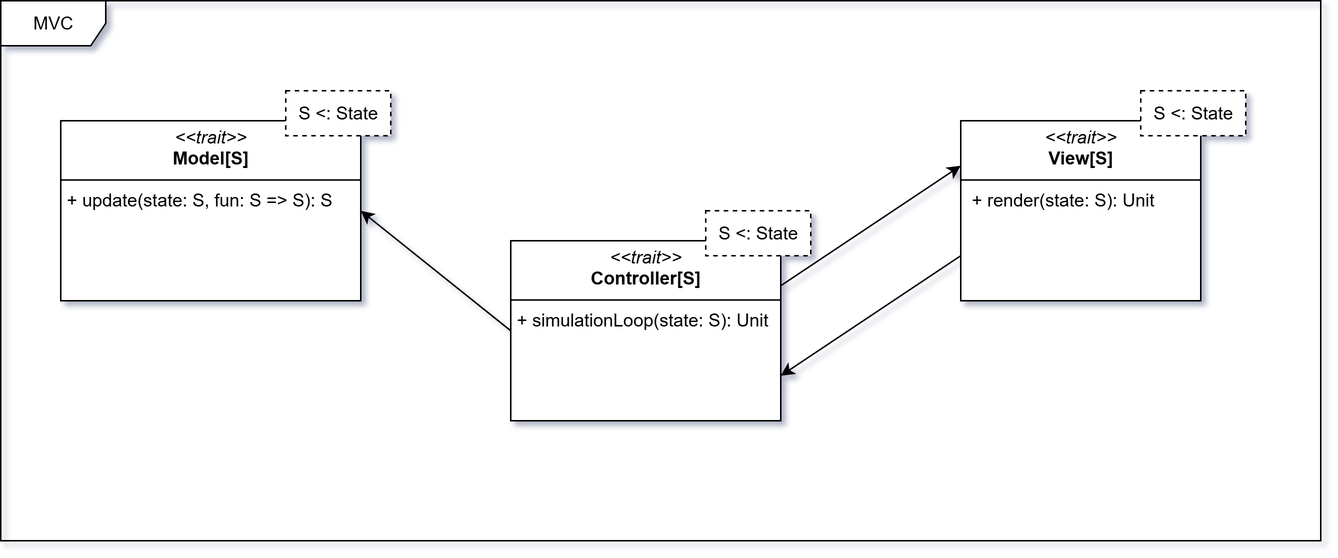
Earlier version of the draw.io export docs/static/img/03-architectural-design/mvc.png (Scala-Robotics-Simulator/PPS-22-srs). Source tidied: cells renumbered, new cells last; positions are measured from the earlier drawing's top-left corner, leaving out a move shared by most shapes.
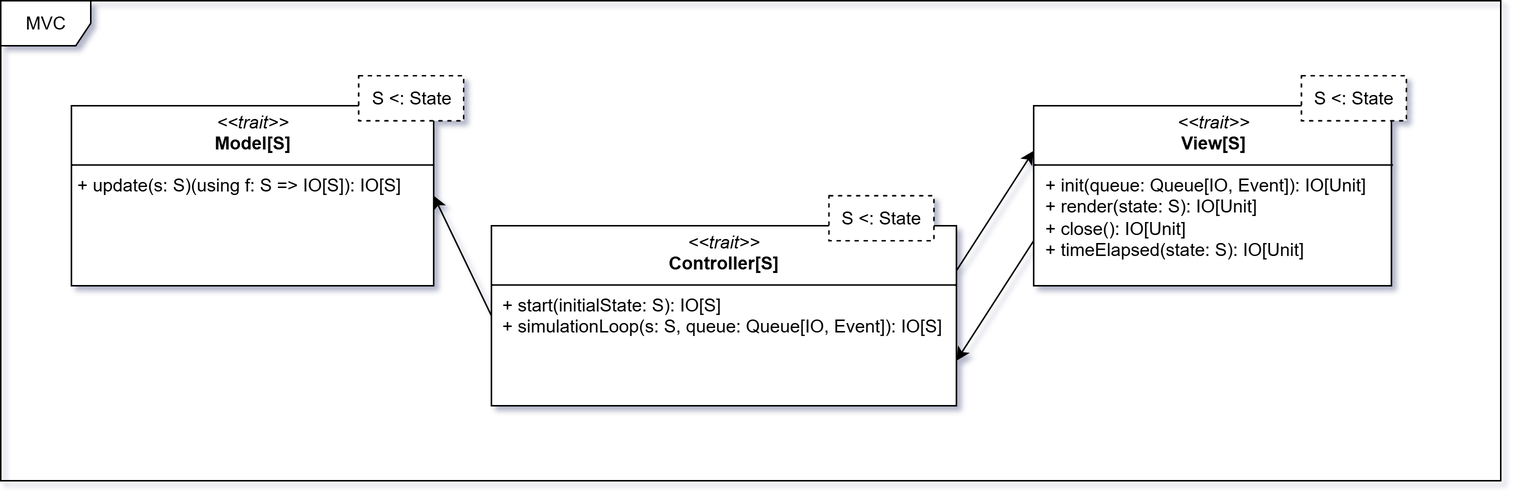
Later version of the same file.

Change to the diagram source:
```diff
@@ -2,35 +2,35 @@
   <root>
     <mxCell id="0" />
     <mxCell id="1" parent="0" />
-    <mxCell id="2" value="MVC" style="shape=umlFrame;whiteSpace=wrap;html=1;width=70;height=30;" parent="1" vertex="1">
-      <mxGeometry width="880" height="360" as="geometry" />
+    <mxCell id="2" style="rounded=0;jettySize=auto;html=1;entryX=1;entryY=0.5;entryDx=0;entryDy=0;exitX=0;exitY=0.5;exitDx=0;exitDy=0;" parent="1" edge="1" source="4" target="7">
+      <mxGeometry relative="1" as="geometry" />
     </mxCell>
-    <mxCell id="3" style="rounded=0;jettySize=auto;html=1;entryX=1;entryY=0.5;entryDx=0;entryDy=0;exitX=0;exitY=0.5;exitDx=0;exitDy=0;" parent="1" edge="1" source="5" target="8">
+    <mxCell id="3" style="rounded=0;jettySize=auto;html=1;entryX=0;entryY=0.25;entryDx=0;entryDy=0;exitX=1;exitY=0.25;exitDx=0;exitDy=0;" parent="1" edge="1" source="4" target="6">
       <mxGeometry relative="1" as="geometry" />
     </mxCell>
-    <mxCell id="4" style="rounded=0;jettySize=auto;html=1;entryX=0;entryY=0.25;entryDx=0;entryDy=0;exitX=1;exitY=0.25;exitDx=0;exitDy=0;" parent="1" edge="1" source="5" target="7">
-      <mxGeometry relative="1" as="geometry" />
+    <mxCell id="4" value="&lt;p style=&quot;margin:0px;margin-top:4px;text-align:center;&quot;&gt;&lt;i&gt;&amp;lt;&amp;lt;trait&amp;gt;&amp;gt;&lt;/i&gt;&lt;br&gt;&lt;b&gt;Controller[S]&lt;/b&gt;&lt;/p&gt;&lt;hr size=&quot;1&quot; style=&quot;border-style:solid;&quot;&gt;&lt;p style=&quot;margin:0px;margin-left:4px;&quot;&gt;&lt;span style=&quot;background-color: transparent; color: light-dark(rgb(0, 0, 0), rgb(255, 255, 255));&quot;&gt;&amp;nbsp;+&amp;nbsp;&lt;/span&gt;&lt;span style=&quot;background-color: transparent;&quot;&gt;start(initialState: S): IO[S]&lt;/span&gt;&lt;/p&gt;&lt;p style=&quot;margin:0px;margin-left:4px;&quot;&gt;&lt;span style=&quot;background-color: transparent; color: light-dark(rgb(0, 0, 0), rgb(255, 255, 255));&quot;&gt;&amp;nbsp;+&amp;nbsp;&lt;/span&gt;&lt;span style=&quot;background-color: transparent;&quot;&gt;simulationLoop(s: S, queue: Queue[IO, Event]): IO[S]&lt;/span&gt;&lt;/p&gt;" style="verticalAlign=top;align=left;overflow=fill;html=1;whiteSpace=wrap;" parent="1" vertex="1">
+      <mxGeometry x="7.1" y="4430" width="310" height="120" as="geometry" />
     </mxCell>
-    <mxCell id="5" value="&lt;p style=&quot;margin:0px;margin-top:4px;text-align:center;&quot;&gt;&lt;i&gt;&amp;lt;&amp;lt;trait&amp;gt;&amp;gt;&lt;/i&gt;&lt;br&gt;&lt;b&gt;Controller[S]&lt;/b&gt;&lt;/p&gt;&lt;hr size=&quot;1&quot; style=&quot;border-style:solid;&quot;&gt;&lt;p style=&quot;margin:0px;margin-left:4px;&quot;&gt;&lt;span style=&quot;background-color: transparent; color: light-dark(rgb(0, 0, 0), rgb(255, 255, 255));&quot;&gt;+ simulationLoop(state: S): Unit&lt;/span&gt;&lt;/p&gt;" style="verticalAlign=top;align=left;overflow=fill;html=1;whiteSpace=wrap;" parent="1" vertex="1">
-      <mxGeometry x="340" y="160" width="180" height="120" as="geometry" />
+    <mxCell id="5" style="rounded=0;jettySize=auto;html=1;entryX=1;entryY=0.75;entryDx=0;entryDy=0;exitX=0;exitY=0.75;exitDx=0;exitDy=0;" parent="1" edge="1" source="6" target="4">
+      <mxGeometry relative="1" as="geometry" />
     </mxCell>
-    <mxCell id="6" style="rounded=0;jettySize=auto;html=1;entryX=1;entryY=0.75;entryDx=0;entryDy=0;exitX=0;exitY=0.75;exitDx=0;exitDy=0;" parent="1" edge="1" source="7" target="5">
-      <mxGeometry relative="1" as="geometry" />
+    <mxCell id="6" value="&lt;p style=&quot;margin:0px;margin-top:4px;text-align:center;&quot;&gt;&lt;i&gt;&amp;lt;&amp;lt;trait&amp;gt;&amp;gt;&lt;/i&gt;&lt;br&gt;&lt;b&gt;View[S]&lt;/b&gt;&lt;/p&gt;&lt;hr size=&quot;1&quot; style=&quot;border-style:solid;&quot;&gt;&lt;p style=&quot;margin:0px;margin-left:4px;&quot;&gt;&lt;span style=&quot;background-color: transparent; color: light-dark(rgb(0, 0, 0), rgb(255, 255, 255));&quot;&gt;&amp;nbsp;+ init(queue: Queue[IO, Event]): IO[Unit]&lt;/span&gt;&lt;/p&gt;&lt;p style=&quot;margin:0px;margin-left:4px;&quot;&gt;&lt;span style=&quot;background-color: transparent; color: light-dark(rgb(0, 0, 0), rgb(255, 255, 255));&quot;&gt;&amp;nbsp;+ render(state: S): IO[Unit]&lt;/span&gt;&lt;/p&gt;&lt;p style=&quot;margin:0px;margin-left:4px;&quot;&gt;&lt;span style=&quot;background-color: transparent; color: light-dark(rgb(0, 0, 0), rgb(255, 255, 255));&quot;&gt;&amp;nbsp;+ close(): IO[Unit]&lt;/span&gt;&lt;/p&gt;&lt;p style=&quot;margin:0px;margin-left:4px;&quot;&gt;&lt;span style=&quot;background-color: transparent; color: light-dark(rgb(0, 0, 0), rgb(255, 255, 255));&quot;&gt;&amp;nbsp;+ timeElapsed(state: S): IO[Unit]&lt;/span&gt;&lt;/p&gt;&lt;p style=&quot;margin:0px;margin-left:4px;&quot;&gt;&lt;br&gt;&lt;/p&gt;" style="verticalAlign=top;align=left;overflow=fill;html=1;whiteSpace=wrap;" parent="1" vertex="1">
+      <mxGeometry x="368.6" y="4350" width="238.5" height="120" as="geometry" />
     </mxCell>
-    <mxCell id="7" value="&lt;p style=&quot;margin:0px;margin-top:4px;text-align:center;&quot;&gt;&lt;i&gt;&amp;lt;&amp;lt;trait&amp;gt;&amp;gt;&lt;/i&gt;&lt;br&gt;&lt;b&gt;View[S]&lt;/b&gt;&lt;/p&gt;&lt;hr size=&quot;1&quot; style=&quot;border-style:solid;&quot;&gt;&lt;p style=&quot;margin:0px;margin-left:4px;&quot;&gt;&lt;span style=&quot;background-color: transparent; color: light-dark(rgb(0, 0, 0), rgb(255, 255, 255));&quot;&gt;&amp;nbsp;+ render(state: S): Unit&lt;/span&gt;&lt;/p&gt;&lt;p style=&quot;margin:0px;margin-left:4px;&quot;&gt;&lt;br&gt;&lt;/p&gt;" style="verticalAlign=top;align=left;overflow=fill;html=1;whiteSpace=wrap;" parent="1" vertex="1">
-      <mxGeometry x="640" y="80" width="160" height="120" as="geometry" />
+    <mxCell id="7" value="&lt;p style=&quot;margin:0px;margin-top:4px;text-align:center;&quot;&gt;&lt;i style=&quot;&quot;&gt;&amp;lt;&amp;lt;trait&amp;gt;&amp;gt;&lt;/i&gt;&lt;br&gt;&lt;b&gt;Model[S]&lt;/b&gt;&lt;/p&gt;&lt;hr size=&quot;1&quot; style=&quot;border-style:solid;&quot;&gt;&lt;p style=&quot;margin:0px;margin-left:4px;&quot;&gt;+ update(s: S)(using f: S =&amp;gt; IO[S]): IO[S]&lt;/p&gt;" style="verticalAlign=top;align=left;overflow=fill;html=1;whiteSpace=wrap;" parent="1" vertex="1">
+      <mxGeometry x="-272.9" y="4350" width="241.5" height="120" as="geometry" />
     </mxCell>
-    <mxCell id="8" value="&lt;p style=&quot;margin:0px;margin-top:4px;text-align:center;&quot;&gt;&lt;i style=&quot;&quot;&gt;&amp;lt;&amp;lt;trait&amp;gt;&amp;gt;&lt;/i&gt;&lt;br&gt;&lt;b&gt;Model[S]&lt;/b&gt;&lt;/p&gt;&lt;hr size=&quot;1&quot; style=&quot;border-style:solid;&quot;&gt;&lt;p style=&quot;margin:0px;margin-left:4px;&quot;&gt;+ update(state: S, fun: S =&amp;gt; S): S&lt;/p&gt;" style="verticalAlign=top;align=left;overflow=fill;html=1;whiteSpace=wrap;" parent="1" vertex="1">
-      <mxGeometry x="40" y="80" width="200" height="120" as="geometry" />
+    <mxCell id="8" value="S &amp;lt;: State" style="rounded=0;whiteSpace=wrap;html=1;dashed=1;" parent="1" vertex="1">
+      <mxGeometry x="-81.4" y="4330" width="70" height="30" as="geometry" />
     </mxCell>
     <mxCell id="9" value="S &amp;lt;: State" style="rounded=0;whiteSpace=wrap;html=1;dashed=1;" parent="1" vertex="1">
-      <mxGeometry x="190" y="60" width="70" height="30" as="geometry" />
+      <mxGeometry x="232.1" y="4410" width="70" height="30" as="geometry" />
     </mxCell>
     <mxCell id="10" value="S &amp;lt;: State" style="rounded=0;whiteSpace=wrap;html=1;dashed=1;" parent="1" vertex="1">
-      <mxGeometry x="470" y="140" width="70" height="30" as="geometry" />
+      <mxGeometry x="547.1" y="4330" width="70" height="30" as="geometry" />
     </mxCell>
-    <mxCell id="11" value="S &amp;lt;: State" style="rounded=0;whiteSpace=wrap;html=1;dashed=1;" parent="1" vertex="1">
-      <mxGeometry x="760" y="60" width="70" height="30" as="geometry" />
+    <mxCell id="11" value="MVC" style="shape=umlFrame;whiteSpace=wrap;html=1;" parent="1" vertex="1">
+      <mxGeometry x="-320" y="4280" width="1000" height="320" as="geometry" />
     </mxCell>
   </root>
 </mxGraphModel>
```
